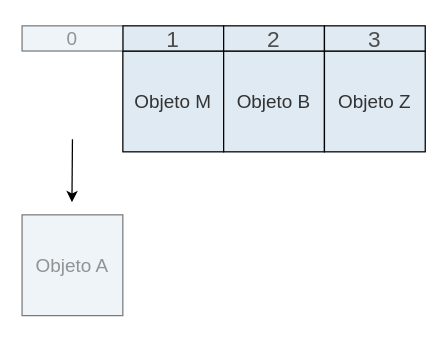
Earlier version of the draw.io diagram page "horizontal-3" (10 of 12) of teoria/04_estructuras_y_algoritmos/imgs/02/pilas.drawio (ee-unr/programacion-2). Source tidied: cells renumbered, new cells numbered last; positions are measured from the earlier drawing's top-left corner, leaving out a move shared by most shapes. Both pictures are drawn from the tidied source at 126%, with x=0, y=0 at pixel (21, 25).
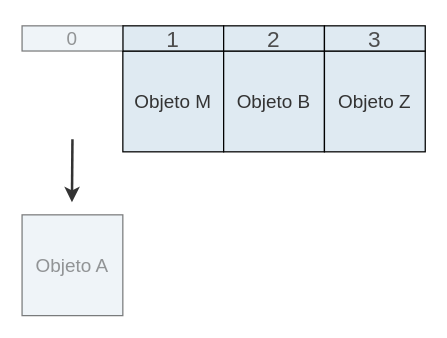
The same page after the edit.

What changed in the source:
```diff
@@
 <mxGraphModel>
   <root>
     <mxCell id="0" />
     <mxCell id="1" parent="0" />
     <mxCell id="2" value="&lt;span style=&quot;color: rgb(51, 51, 51); font-family: &amp;quot;Cascadia Code&amp;quot;;&quot;&gt;&lt;font style=&quot;font-size: 15px;&quot;&gt;Objeto M&lt;/font&gt;&lt;/span&gt;" style="rounded=0;whiteSpace=wrap;html=1;strokeWidth=1;fillColor=#DFEAF2;" parent="1" vertex="1">
       <mxGeometry x="80" y="20" width="80" height="80" as="geometry" />
     </mxCell>
     <mxCell id="3" value="&lt;span style=&quot;color: rgb(51, 51, 51); font-family: &amp;quot;Cascadia Code&amp;quot;;&quot;&gt;&lt;font style=&quot;font-size: 15px;&quot;&gt;Objeto B&lt;/font&gt;&lt;/span&gt;" style="rounded=0;whiteSpace=wrap;html=1;strokeWidth=1;fillColor=#DFEAF2;" parent="1" vertex="1">
       <mxGeometry x="160" y="20" width="80" height="80" as="geometry" />
     </mxCell>
     <mxCell id="4" value="&lt;span style=&quot;color: rgb(51, 51, 51); font-family: &amp;quot;Cascadia Code&amp;quot;;&quot;&gt;&lt;font style=&quot;font-size: 15px;&quot;&gt;Objeto Z&lt;/font&gt;&lt;/span&gt;" style="rounded=0;whiteSpace=wrap;html=1;strokeWidth=1;fillColor=#DFEAF2;" parent="1" vertex="1">
       <mxGeometry x="240" y="20" width="80" height="80" as="geometry" />
     </mxCell>
     <mxCell id="5" value="&lt;font style=&quot;color: rgb(77, 77, 77); font-size: 18px;&quot; face=&quot;Cascadia Code&quot;&gt;1&lt;/font&gt;" style="rounded=0;whiteSpace=wrap;html=1;strokeWidth=1;fillColor=#DFEAF2;fontSize=22;" parent="1" vertex="1">
       <mxGeometry x="80" width="80" height="20" as="geometry" />
     </mxCell>
     <mxCell id="6" value="&lt;font style=&quot;color: rgb(77, 77, 77); font-size: 18px;&quot; face=&quot;Cascadia Code&quot;&gt;2&lt;/font&gt;" style="rounded=0;whiteSpace=wrap;html=1;strokeWidth=1;fillColor=#DFEAF2;fontSize=22;" parent="1" vertex="1">
       <mxGeometry x="160" width="80" height="20" as="geometry" />
     </mxCell>
     <mxCell id="7" value="&lt;font style=&quot;color: rgb(77, 77, 77); font-size: 18px;&quot; face=&quot;Cascadia Code&quot;&gt;3&lt;/font&gt;" style="rounded=0;whiteSpace=wrap;html=1;strokeWidth=1;fillColor=#DFEAF2;fontSize=22;" parent="1" vertex="1">
       <mxGeometry x="240" width="80" height="20" as="geometry" />
     </mxCell>
     <mxCell id="8" value="&lt;font style=&quot;font-size: 15px; color: rgba(51, 51, 51, 0.5);&quot;&gt;Objeto A&lt;/font&gt;" style="rounded=0;whiteSpace=wrap;html=1;strokeWidth=1;fontFamily=Cascadia Code;rotation=0;fillColor=#DFEAF280;strokeColor=light-dark(#00000080,#000000);gradientColor=none;" parent="1" vertex="1">
       <mxGeometry y="150" width="80" height="80" as="geometry" />
     </mxCell>
     <mxCell id="9" value="&lt;font style=&quot;font-size: 15px; color: rgba(51, 51, 51, 0.5);&quot;&gt;0&lt;/font&gt;" style="rounded=0;whiteSpace=wrap;html=1;strokeWidth=1;fontFamily=Cascadia Code;rotation=0;fillColor=#DFEAF280;strokeColor=light-dark(#00000080,#000000);gradientColor=none;" parent="1" vertex="1">
       <mxGeometry width="80" height="20" as="geometry" />
     </mxCell>
-    <mxCell id="10" style="endArrow=classic;html=1;rounded=0;" parent="1" edge="1">
+    <mxCell id="10" style="endArrow=classic;html=1;rounded=0;strokeWidth=2;strokeColor=light-dark(#333333,#333333);" parent="1" edge="1">
       <mxGeometry relative="1" as="geometry">
         <mxPoint x="40" y="90" as="sourcePoint" />
         <mxPoint x="39.6" y="140" as="targetPoint" />
       </mxGeometry>
     </mxCell>
   </root>
 </mxGraphModel>
```
